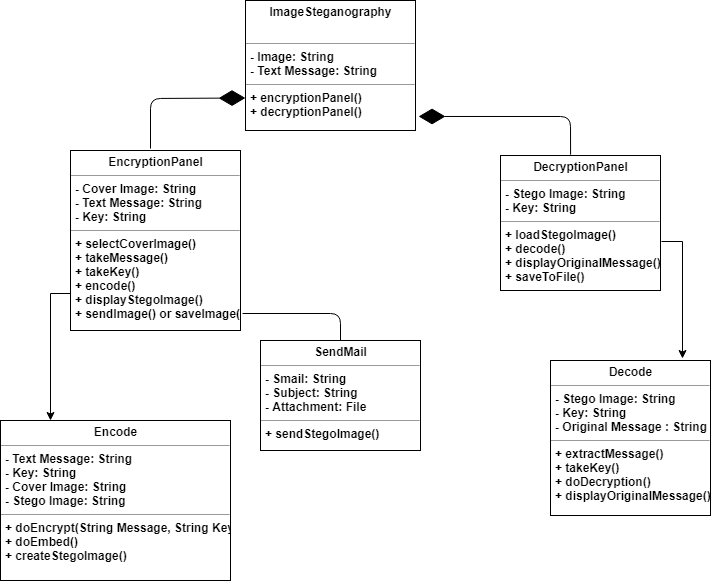
Before: Documentation/Class Diagram.png, a diagram exported from draw.io (SupriyaAmatya/ImageSteganography). Source tidied: cells renumbered, new cells last; positions are measured from the earlier drawing's top-left corner, leaving out a move shared by most shapes.
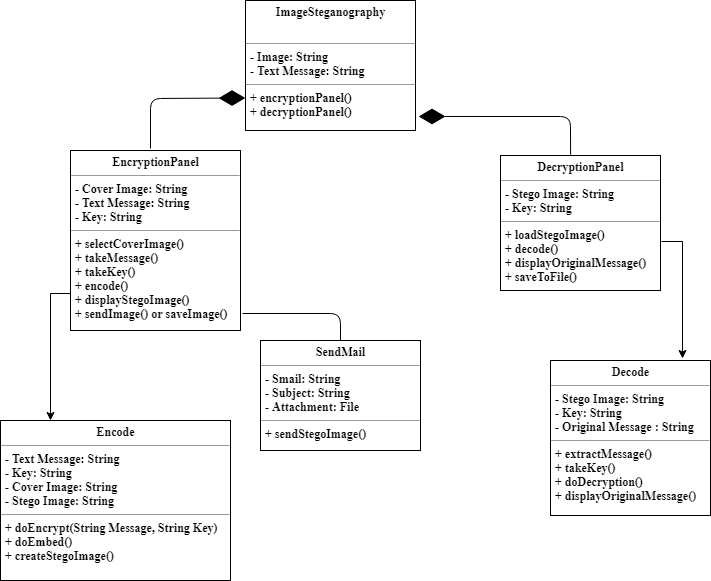
The same file after the commit.

What changed in the source:
```diff
@@ -2,27 +2,27 @@
   <root>
     <mxCell id="0" />
     <mxCell id="1" parent="0" />
-    <mxCell id="2" value="&lt;p style=&quot;margin: 0px ; margin-top: 4px ; text-align: center&quot;&gt;&lt;span&gt;ImageSteganography&lt;/span&gt;&lt;/p&gt;&lt;p style=&quot;margin: 0px ; margin-top: 4px ; text-align: center&quot;&gt;&lt;span&gt;&lt;br&gt;&lt;/span&gt;&lt;/p&gt;&lt;hr size=&quot;1&quot;&gt;&lt;p style=&quot;margin: 0px ; margin-left: 4px&quot;&gt;- Image: String&lt;/p&gt;&lt;p style=&quot;margin: 0px ; margin-left: 4px&quot;&gt;- Text Message: String&lt;/p&gt;&lt;hr size=&quot;1&quot;&gt;&lt;p style=&quot;margin: 0px ; margin-left: 4px&quot;&gt;+ encryptionPanel&lt;span&gt;()&lt;/span&gt;&lt;/p&gt;&lt;p style=&quot;margin: 0px ; margin-left: 4px&quot;&gt;&lt;span&gt;+ decryptionPanel()&amp;nbsp;&lt;/span&gt;&lt;/p&gt;" style="verticalAlign=top;align=left;overflow=fill;fontSize=12;fontFamily=Helvetica;html=1;fontStyle=1;" parent="1" vertex="1">
+    <mxCell id="2" value="&lt;p style=&quot;margin: 0px ; margin-top: 4px ; text-align: center&quot;&gt;&lt;span&gt;ImageSteganography&lt;/span&gt;&lt;/p&gt;&lt;p style=&quot;margin: 0px ; margin-top: 4px ; text-align: center&quot;&gt;&lt;span&gt;&lt;br&gt;&lt;/span&gt;&lt;/p&gt;&lt;hr size=&quot;1&quot;&gt;&lt;p style=&quot;margin: 0px ; margin-left: 4px&quot;&gt;- Image: String&lt;/p&gt;&lt;p style=&quot;margin: 0px ; margin-left: 4px&quot;&gt;- Text Message: String&lt;/p&gt;&lt;hr size=&quot;1&quot;&gt;&lt;p style=&quot;margin: 0px ; margin-left: 4px&quot;&gt;+ encryptionPanel&lt;span&gt;()&lt;/span&gt;&lt;/p&gt;&lt;p style=&quot;margin: 0px ; margin-left: 4px&quot;&gt;&lt;span&gt;+ decryptionPanel()&amp;nbsp;&lt;/span&gt;&lt;/p&gt;" style="verticalAlign=top;align=left;overflow=fill;fontSize=12;fontFamily=Times New Roman;html=1;fontStyle=1;" parent="1" vertex="1">
       <mxGeometry x="245" width="170" height="130" as="geometry" />
     </mxCell>
-    <mxCell id="3" style="edgeStyle=orthogonalEdgeStyle;rounded=0;jettySize=auto;html=1;exitX=0.006;exitY=0.795;exitDx=0;exitDy=0;fontSize=13;exitPerimeter=0;" parent="1" edge="1" source="4">
+    <mxCell id="3" style="edgeStyle=orthogonalEdgeStyle;rounded=0;jettySize=auto;html=1;exitX=0.006;exitY=0.795;exitDx=0;exitDy=0;fontSize=13;exitPerimeter=0;fontFamily=Times New Roman;" parent="1" edge="1" source="4">
       <mxGeometry relative="1" as="geometry">
         <mxPoint x="50" y="420" as="targetPoint" />
       </mxGeometry>
     </mxCell>
-    <mxCell id="4" value="&lt;p style=&quot;margin: 0px ; margin-top: 4px ; text-align: center&quot;&gt;&lt;span&gt;EncryptionPanel&lt;/span&gt;&lt;/p&gt;&lt;hr size=&quot;1&quot;&gt;&lt;p style=&quot;margin: 0px ; margin-left: 4px&quot;&gt;- Cover Image: String&lt;/p&gt;&lt;p style=&quot;margin: 0px ; margin-left: 4px&quot;&gt;- Text Message: String&lt;/p&gt;&lt;p style=&quot;margin: 0px ; margin-left: 4px&quot;&gt;- Key: String&lt;/p&gt;&lt;hr size=&quot;1&quot;&gt;&lt;p style=&quot;margin: 0px ; margin-left: 4px&quot;&gt;+ selectCoverImage()&lt;/p&gt;&lt;p style=&quot;margin: 0px ; margin-left: 4px&quot;&gt;+ takeMessage()&lt;/p&gt;&lt;p style=&quot;margin: 0px ; margin-left: 4px&quot;&gt;+ takeKey()&lt;/p&gt;&lt;p style=&quot;margin: 0px ; margin-left: 4px&quot;&gt;+ encode()&lt;/p&gt;&lt;p style=&quot;margin: 0px ; margin-left: 4px&quot;&gt;+ displayStegoImage()&lt;/p&gt;&lt;p style=&quot;margin: 0px ; margin-left: 4px&quot;&gt;+ sendImage() or saveImage()&lt;/p&gt;" style="verticalAlign=top;align=left;overflow=fill;fontSize=12;fontFamily=Helvetica;html=1;fontStyle=1;" parent="1" vertex="1">
+    <mxCell id="4" value="&lt;p style=&quot;margin: 0px ; margin-top: 4px ; text-align: center&quot;&gt;&lt;span&gt;EncryptionPanel&lt;/span&gt;&lt;/p&gt;&lt;hr size=&quot;1&quot;&gt;&lt;p style=&quot;margin: 0px ; margin-left: 4px&quot;&gt;- Cover Image: String&lt;/p&gt;&lt;p style=&quot;margin: 0px ; margin-left: 4px&quot;&gt;- Text Message: String&lt;/p&gt;&lt;p style=&quot;margin: 0px ; margin-left: 4px&quot;&gt;- Key: String&lt;/p&gt;&lt;hr size=&quot;1&quot;&gt;&lt;p style=&quot;margin: 0px ; margin-left: 4px&quot;&gt;+ selectCoverImage()&lt;/p&gt;&lt;p style=&quot;margin: 0px ; margin-left: 4px&quot;&gt;+ takeMessage()&lt;/p&gt;&lt;p style=&quot;margin: 0px ; margin-left: 4px&quot;&gt;+ takeKey()&lt;/p&gt;&lt;p style=&quot;margin: 0px ; margin-left: 4px&quot;&gt;+ encode()&lt;/p&gt;&lt;p style=&quot;margin: 0px ; margin-left: 4px&quot;&gt;+ displayStegoImage()&lt;/p&gt;&lt;p style=&quot;margin: 0px ; margin-left: 4px&quot;&gt;+ sendImage() or saveImage()&lt;/p&gt;" style="verticalAlign=top;align=left;overflow=fill;fontSize=12;fontFamily=Times New Roman;html=1;fontStyle=1;" parent="1" vertex="1">
       <mxGeometry x="70" y="150" width="170" height="180" as="geometry" />
     </mxCell>
-    <mxCell id="5" style="edgeStyle=orthogonalEdgeStyle;rounded=0;jettySize=auto;html=1;fontSize=13;exitX=1.006;exitY=0.637;exitDx=0;exitDy=0;exitPerimeter=0;entryX=0.825;entryY=-0.013;entryDx=0;entryDy=0;entryPerimeter=0;" parent="1" edge="1" source="6" target="7">
+    <mxCell id="5" style="edgeStyle=orthogonalEdgeStyle;rounded=0;jettySize=auto;html=1;fontSize=13;exitX=1.006;exitY=0.637;exitDx=0;exitDy=0;exitPerimeter=0;entryX=0.825;entryY=-0.013;entryDx=0;entryDy=0;entryPerimeter=0;fontFamily=Times New Roman;" parent="1" edge="1" source="6" target="7">
       <mxGeometry relative="1" as="geometry" />
     </mxCell>
-    <mxCell id="6" value="&lt;p style=&quot;margin: 0px ; margin-top: 4px ; text-align: center&quot;&gt;&lt;span&gt;DecryptionPanel&lt;/span&gt;&lt;/p&gt;&lt;hr size=&quot;1&quot;&gt;&lt;p style=&quot;margin: 0px ; margin-left: 4px&quot;&gt;- Stego Image: String&lt;/p&gt;&lt;p style=&quot;margin: 0px ; margin-left: 4px&quot;&gt;- Key: String&lt;br&gt;&lt;/p&gt;&lt;hr size=&quot;1&quot;&gt;&lt;p style=&quot;margin: 0px ; margin-left: 4px&quot;&gt;+ loadStegoImage()&lt;/p&gt;&lt;p style=&quot;margin: 0px ; margin-left: 4px&quot;&gt;+ decode()&lt;/p&gt;&lt;p style=&quot;margin: 0px ; margin-left: 4px&quot;&gt;+ displayOriginalMessage()&lt;/p&gt;&lt;p style=&quot;margin: 0px ; margin-left: 4px&quot;&gt;+ saveToFile()&lt;/p&gt;" style="verticalAlign=top;align=left;overflow=fill;fontSize=12;fontFamily=Helvetica;html=1;fontStyle=1;" parent="1" vertex="1">
+    <mxCell id="6" value="&lt;p style=&quot;margin: 0px ; margin-top: 4px ; text-align: center&quot;&gt;&lt;span&gt;DecryptionPanel&lt;/span&gt;&lt;/p&gt;&lt;hr size=&quot;1&quot;&gt;&lt;p style=&quot;margin: 0px ; margin-left: 4px&quot;&gt;- Stego Image: String&lt;/p&gt;&lt;p style=&quot;margin: 0px ; margin-left: 4px&quot;&gt;- Key: String&lt;br&gt;&lt;/p&gt;&lt;hr size=&quot;1&quot;&gt;&lt;p style=&quot;margin: 0px ; margin-left: 4px&quot;&gt;+ loadStegoImage()&lt;/p&gt;&lt;p style=&quot;margin: 0px ; margin-left: 4px&quot;&gt;+ decode()&lt;/p&gt;&lt;p style=&quot;margin: 0px ; margin-left: 4px&quot;&gt;+ displayOriginalMessage()&lt;/p&gt;&lt;p style=&quot;margin: 0px ; margin-left: 4px&quot;&gt;+ saveToFile()&lt;/p&gt;" style="verticalAlign=top;align=left;overflow=fill;fontSize=12;fontFamily=Times New Roman;html=1;fontStyle=1;" parent="1" vertex="1">
       <mxGeometry x="500" y="155" width="160" height="135" as="geometry" />
     </mxCell>
-    <mxCell id="7" value="&lt;p style=&quot;margin: 0px ; margin-top: 4px ; text-align: center&quot;&gt;&lt;span&gt;Decode&lt;/span&gt;&lt;/p&gt;&lt;hr size=&quot;1&quot;&gt;&lt;p style=&quot;margin: 0px ; margin-left: 4px&quot;&gt;- Stego Image: String&lt;/p&gt;&lt;p style=&quot;margin: 0px ; margin-left: 4px&quot;&gt;- Key: String&lt;/p&gt;&lt;p style=&quot;margin: 0px ; margin-left: 4px&quot;&gt;- Original Message : String&lt;/p&gt;&lt;hr size=&quot;1&quot;&gt;&lt;p style=&quot;margin: 0px ; margin-left: 4px&quot;&gt;&lt;span&gt;+ extractMessage()&lt;/span&gt;&lt;br&gt;&lt;/p&gt;&lt;p style=&quot;margin: 0px ; margin-left: 4px&quot;&gt;+ takeKey()&lt;/p&gt;&lt;p style=&quot;margin: 0px ; margin-left: 4px&quot;&gt;+ doDecryption()&lt;/p&gt;&lt;p style=&quot;margin: 0px ; margin-left: 4px&quot;&gt;+ displayOriginalMessage()&lt;/p&gt;" style="verticalAlign=top;align=left;overflow=fill;fontSize=12;fontFamily=Helvetica;html=1;fontStyle=1;" parent="1" vertex="1">
+    <mxCell id="7" value="&lt;p style=&quot;margin: 0px ; margin-top: 4px ; text-align: center&quot;&gt;&lt;span&gt;Decode&lt;/span&gt;&lt;/p&gt;&lt;hr size=&quot;1&quot;&gt;&lt;p style=&quot;margin: 0px ; margin-left: 4px&quot;&gt;- Stego Image: String&lt;/p&gt;&lt;p style=&quot;margin: 0px ; margin-left: 4px&quot;&gt;- Key: String&lt;/p&gt;&lt;p style=&quot;margin: 0px ; margin-left: 4px&quot;&gt;- Original Message : String&lt;/p&gt;&lt;hr size=&quot;1&quot;&gt;&lt;p style=&quot;margin: 0px ; margin-left: 4px&quot;&gt;&lt;span&gt;+ extractMessage()&lt;/span&gt;&lt;br&gt;&lt;/p&gt;&lt;p style=&quot;margin: 0px ; margin-left: 4px&quot;&gt;+ takeKey()&lt;/p&gt;&lt;p style=&quot;margin: 0px ; margin-left: 4px&quot;&gt;+ doDecryption()&lt;/p&gt;&lt;p style=&quot;margin: 0px ; margin-left: 4px&quot;&gt;+ displayOriginalMessage()&lt;/p&gt;" style="verticalAlign=top;align=left;overflow=fill;fontSize=12;fontFamily=Times New Roman;html=1;fontStyle=1;" parent="1" vertex="1">
       <mxGeometry x="550" y="360" width="160" height="155" as="geometry" />
     </mxCell>
-    <mxCell id="8" style="endArrow=diamondThin;endFill=1;endSize=24;html=1;fontSize=13;entryX=0;entryY=0.75;entryDx=0;entryDy=0;" parent="1" edge="1" target="2">
+    <mxCell id="8" style="endArrow=diamondThin;endFill=1;endSize=24;html=1;fontSize=13;entryX=0;entryY=0.75;entryDx=0;entryDy=0;fontFamily=Times New Roman;" parent="1" edge="1" target="2">
       <mxGeometry relative="1" as="geometry">
         <mxPoint x="150" y="148" as="sourcePoint" />
         <Array as="points">
@@ -30,20 +30,20 @@
         </Array>
       </mxGeometry>
     </mxCell>
-    <mxCell id="9" style="endArrow=diamondThin;endFill=1;endSize=24;html=1;fontSize=13;exitX=0.438;exitY=-0.006;exitDx=0;exitDy=0;entryX=1.018;entryY=0.892;entryDx=0;entryDy=0;entryPerimeter=0;exitPerimeter=0;" parent="1" edge="1" source="6" target="2">
+    <mxCell id="9" style="endArrow=diamondThin;endFill=1;endSize=24;html=1;fontSize=13;exitX=0.438;exitY=-0.006;exitDx=0;exitDy=0;entryX=1.018;entryY=0.892;entryDx=0;entryDy=0;entryPerimeter=0;exitPerimeter=0;fontFamily=Times New Roman;" parent="1" edge="1" source="6" target="2">
       <mxGeometry relative="1" as="geometry">
         <Array as="points">
           <mxPoint x="570" y="116" />
         </Array>
       </mxGeometry>
     </mxCell>
-    <mxCell id="10" value="&lt;p style=&quot;margin: 0px ; margin-top: 4px ; text-align: center&quot;&gt;&lt;span&gt;Encode&lt;/span&gt;&lt;/p&gt;&lt;hr size=&quot;1&quot;&gt;&lt;p style=&quot;margin: 0px ; margin-left: 4px&quot;&gt;&lt;span&gt;- Text Message: String&lt;/span&gt;&lt;br&gt;&lt;/p&gt;&lt;p style=&quot;margin: 0px ; margin-left: 4px&quot;&gt;- Key: String&lt;/p&gt;&lt;p style=&quot;margin: 0px ; margin-left: 4px&quot;&gt;- Cover Image: String&lt;/p&gt;&lt;p style=&quot;margin: 0px ; margin-left: 4px&quot;&gt;- Stego Image: String&lt;/p&gt;&lt;hr size=&quot;1&quot;&gt;&lt;p style=&quot;margin: 0px ; margin-left: 4px&quot;&gt;+ doEncrypt(String Message, String Key)&lt;/p&gt;&lt;p style=&quot;margin: 0px ; margin-left: 4px&quot;&gt;+ doEmbed()&lt;/p&gt;&lt;p style=&quot;margin: 0px ; margin-left: 4px&quot;&gt;+ createStegoImage()&lt;/p&gt;" style="verticalAlign=top;align=left;overflow=fill;fontSize=12;fontFamily=Helvetica;html=1;fontStyle=1;" parent="1" vertex="1">
+    <mxCell id="10" value="&lt;p style=&quot;margin: 0px ; margin-top: 4px ; text-align: center&quot;&gt;&lt;span&gt;Encode&lt;/span&gt;&lt;/p&gt;&lt;hr size=&quot;1&quot;&gt;&lt;p style=&quot;margin: 0px ; margin-left: 4px&quot;&gt;&lt;span&gt;- Text Message: String&lt;/span&gt;&lt;br&gt;&lt;/p&gt;&lt;p style=&quot;margin: 0px ; margin-left: 4px&quot;&gt;- Key: String&lt;/p&gt;&lt;p style=&quot;margin: 0px ; margin-left: 4px&quot;&gt;- Cover Image: String&lt;/p&gt;&lt;p style=&quot;margin: 0px ; margin-left: 4px&quot;&gt;- Stego Image: String&lt;/p&gt;&lt;hr size=&quot;1&quot;&gt;&lt;p style=&quot;margin: 0px ; margin-left: 4px&quot;&gt;+ doEncrypt(String Message, String Key)&lt;/p&gt;&lt;p style=&quot;margin: 0px ; margin-left: 4px&quot;&gt;+ doEmbed()&lt;/p&gt;&lt;p style=&quot;margin: 0px ; margin-left: 4px&quot;&gt;+ createStegoImage()&lt;/p&gt;" style="verticalAlign=top;align=left;overflow=fill;fontSize=12;fontFamily=Times New Roman;html=1;fontStyle=1;" parent="1" vertex="1">
       <mxGeometry y="420" width="230" height="160" as="geometry" />
     </mxCell>
-    <mxCell id="11" value="&lt;p style=&quot;margin: 0px ; margin-top: 4px ; text-align: center&quot;&gt;&lt;span&gt;SendMail&lt;/span&gt;&lt;/p&gt;&lt;hr size=&quot;1&quot;&gt;&lt;p style=&quot;margin: 0px ; margin-left: 4px&quot;&gt;- Smail: String&lt;/p&gt;&lt;p style=&quot;margin: 0px ; margin-left: 4px&quot;&gt;- Subject: String&lt;/p&gt;&lt;p style=&quot;margin: 0px ; margin-left: 4px&quot;&gt;- Attachment: File&lt;/p&gt;&lt;hr size=&quot;1&quot;&gt;&lt;p style=&quot;margin: 0px ; margin-left: 4px&quot;&gt;+ sendStegoImage()&lt;/p&gt;" style="verticalAlign=top;align=left;overflow=fill;fontSize=12;fontFamily=Helvetica;html=1;fontStyle=1;" parent="1" vertex="1">
+    <mxCell id="11" value="&lt;p style=&quot;margin: 0px ; margin-top: 4px ; text-align: center&quot;&gt;&lt;span&gt;SendMail&lt;/span&gt;&lt;/p&gt;&lt;hr size=&quot;1&quot;&gt;&lt;p style=&quot;margin: 0px ; margin-left: 4px&quot;&gt;- Smail: String&lt;/p&gt;&lt;p style=&quot;margin: 0px ; margin-left: 4px&quot;&gt;- Subject: String&lt;/p&gt;&lt;p style=&quot;margin: 0px ; margin-left: 4px&quot;&gt;- Attachment: File&lt;/p&gt;&lt;hr size=&quot;1&quot;&gt;&lt;p style=&quot;margin: 0px ; margin-left: 4px&quot;&gt;+ sendStegoImage()&lt;/p&gt;" style="verticalAlign=top;align=left;overflow=fill;fontSize=12;fontFamily=Times New Roman;html=1;fontStyle=1;" parent="1" vertex="1">
       <mxGeometry x="260" y="340" width="160" height="110" as="geometry" />
     </mxCell>
-    <mxCell id="12" style="endArrow=none;html=1;edgeStyle=orthogonalEdgeStyle;fontSize=13;exitX=1.013;exitY=0.906;exitDx=0;exitDy=0;exitPerimeter=0;entryX=0.5;entryY=0;entryDx=0;entryDy=0;" parent="1" edge="1" source="4" target="11">
+    <mxCell id="12" style="endArrow=none;html=1;edgeStyle=orthogonalEdgeStyle;fontSize=13;exitX=1.013;exitY=0.906;exitDx=0;exitDy=0;exitPerimeter=0;entryX=0.5;entryY=0;entryDx=0;entryDy=0;fontFamily=Times New Roman;" parent="1" edge="1" source="4" target="11">
       <mxGeometry relative="1" as="geometry" />
     </mxCell>
   </root>
```
